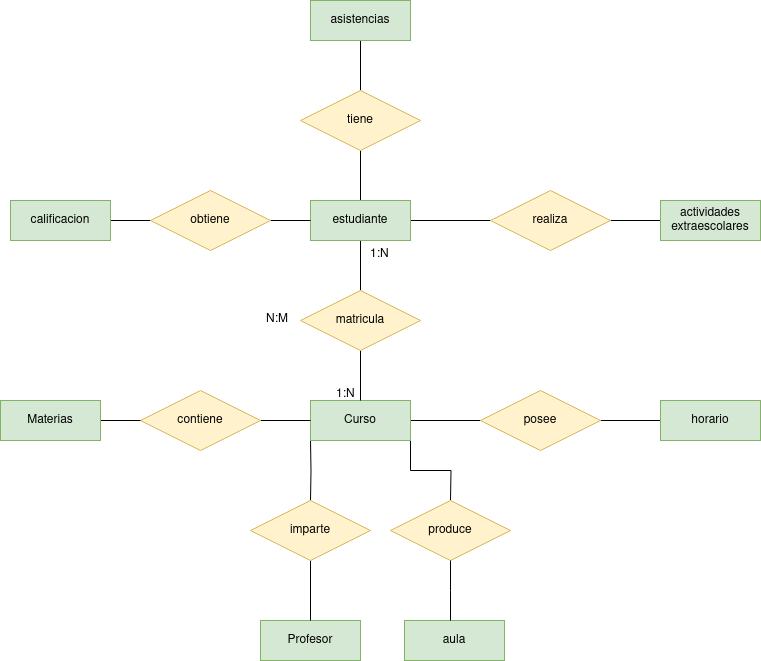
The draw.io diagram Unidad-1/Tareas/Tarea-8/tarea8.drawio.png in jdrguez/2-Daw, before a commit. Source tidied: cells renumbered, new cells last; positions are measured from the earlier drawing's top-left corner, leaving out a move shared by most shapes.
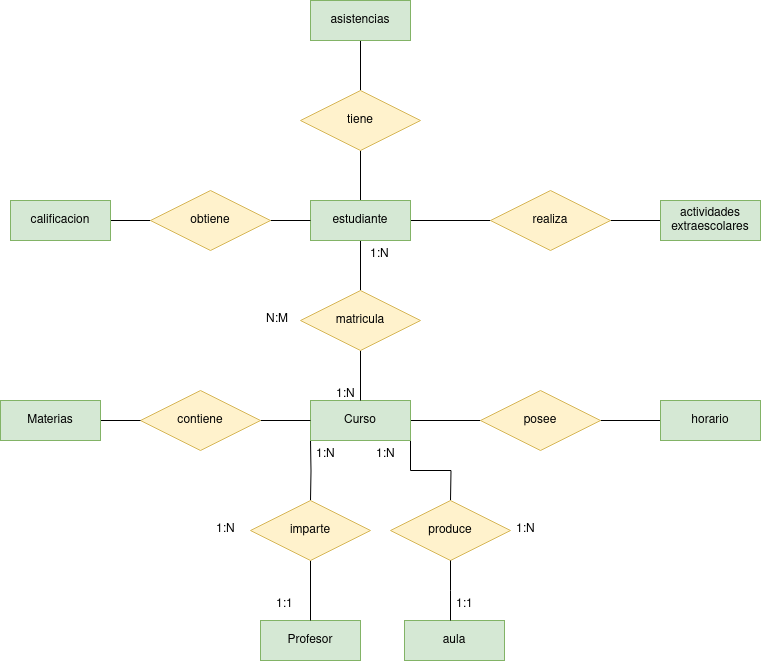
After the change.

The edit, as a diff of the source:
```diff
@@ -116,5 +116,23 @@
     <mxCell id="37" value="obtiene" style="shape=rhombus;perimeter=rhombusPerimeter;whiteSpace=wrap;html=1;align=center;fillColor=#fff2cc;strokeColor=#d6b656;" parent="1" vertex="1">
       <mxGeometry x="150" y="190" width="120" height="60" as="geometry" />
     </mxCell>
+    <mxCell id="38" value="1:N" style="text;strokeColor=none;fillColor=none;spacingLeft=4;spacingRight=4;overflow=hidden;fontSize=12;whiteSpace=wrap;html=1;" parent="1" vertex="1">
+      <mxGeometry x="310" y="440" width="40" height="30" as="geometry" />
+    </mxCell>
+    <mxCell id="39" value="&lt;div&gt;1:1&lt;/div&gt;" style="text;strokeColor=none;fillColor=none;spacingLeft=4;spacingRight=4;overflow=hidden;fontSize=12;whiteSpace=wrap;html=1;" parent="1" vertex="1">
+      <mxGeometry x="270" y="590" width="40" height="30" as="geometry" />
+    </mxCell>
+    <mxCell id="40" value="1:N" style="text;strokeColor=none;fillColor=none;spacingLeft=4;spacingRight=4;overflow=hidden;fontSize=12;whiteSpace=wrap;html=1;" parent="1" vertex="1">
+      <mxGeometry x="210" y="515" width="40" height="30" as="geometry" />
+    </mxCell>
+    <mxCell id="41" value="1:1" style="text;strokeColor=none;fillColor=none;spacingLeft=4;spacingRight=4;overflow=hidden;fontSize=12;whiteSpace=wrap;html=1;" parent="1" vertex="1">
+      <mxGeometry x="450" y="590" width="40" height="30" as="geometry" />
+    </mxCell>
+    <mxCell id="42" value="1:N" style="text;strokeColor=none;fillColor=none;spacingLeft=4;spacingRight=4;overflow=hidden;fontSize=12;whiteSpace=wrap;html=1;" parent="1" vertex="1">
+      <mxGeometry x="370" y="440" width="40" height="30" as="geometry" />
+    </mxCell>
+    <mxCell id="43" value="1:N" style="text;strokeColor=none;fillColor=none;spacingLeft=4;spacingRight=4;overflow=hidden;fontSize=12;whiteSpace=wrap;html=1;" parent="1" vertex="1">
+      <mxGeometry x="510" y="515" width="40" height="30" as="geometry" />
+    </mxCell>
   </root>
 </mxGraphModel>
```
